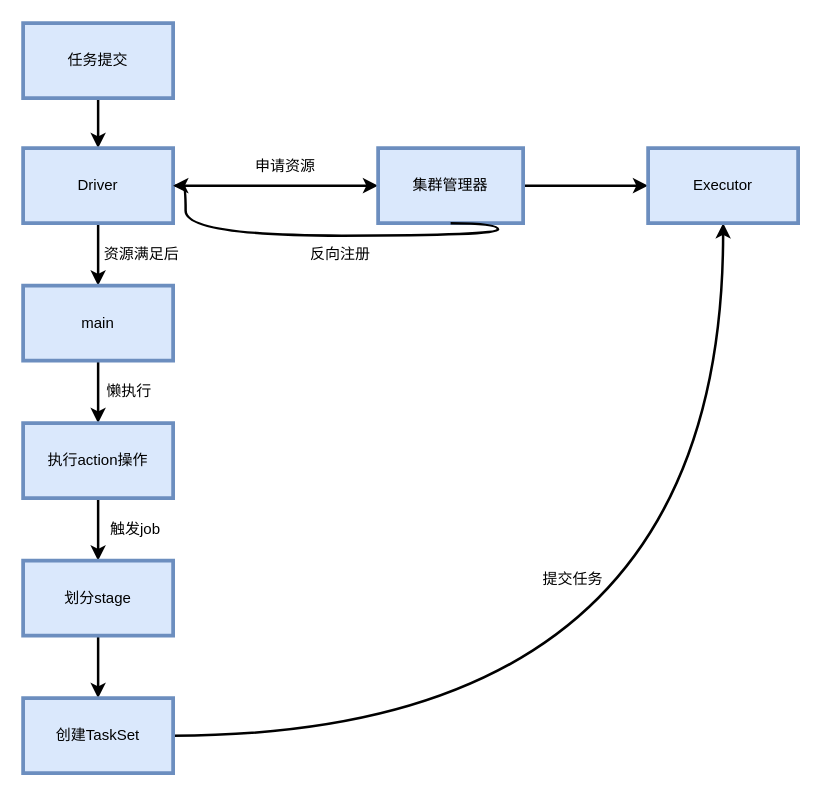
This is 未命名绘图.drawio from wroldchinalee/drawio, a draw.io file, before an edit. Source tidied: cells renumbered, new cells numbered last; positions are measured from the earlier drawing's top-left corner, leaving out a move shared by most shapes. Both pictures are drawn from the tidied source at 125%, with x=0, y=0 at pixel (22, 22).
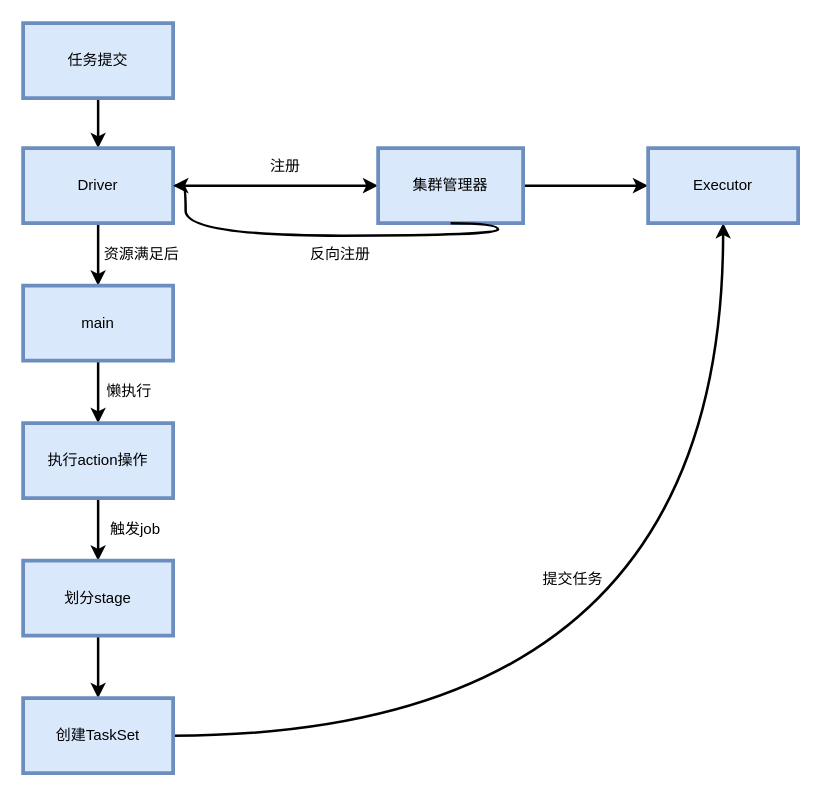
The same page after the edit.

Commit message:
spark任务通用提交流程.drawio

The edit, as a diff of the source:
```diff
@@
-    <mxCell id="9" value="申请资源" style="text;html=1;strokeColor=none;fillColor=none;align=center;verticalAlign=middle;whiteSpace=wrap;rounded=0;strokeWidth=3;" parent="1" vertex="1">
+    <mxCell id="9" value="注册" style="text;html=1;strokeColor=none;fillColor=none;align=center;verticalAlign=middle;whiteSpace=wrap;rounded=0;strokeWidth=3;" parent="1" vertex="1">
       <mxGeometry x="180" y="100" width="60" height="30" as="geometry" />
     </mxCell>
```
